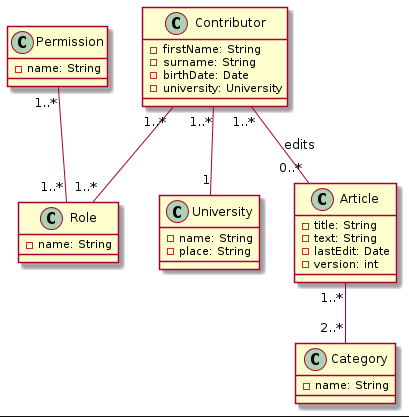
Above: documentation/uml/domain/domain.png in software-strijders/billy (PlantUML), before the change. Its source is kept beside it as documentation/uml/domain/domain.plantuml.
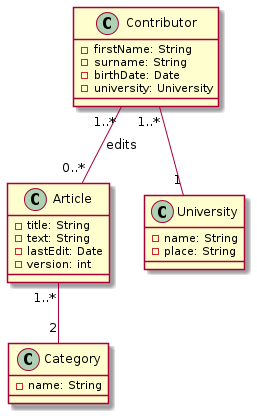
After the commit.

Commit message:
Update domain model

Removed things that were programming related. Feels a bit backwards, but
if it gives us a better grade, so be it

Change to the diagram source:
```diff
@@ -1,4 +1,5 @@
-@startuml
+@startuml domain
+
 class Article {
   - title: String
   - text: String
@@ -17,24 +18,14 @@
   - university: University
 }
 
-class Permission {
-  - name: String
-}
-
-class Role {
-  - name: String
-}
-
 class University {
   - name: String
   - place: String
 }
 
-Permission "1..*" -- "1..*" Role
-Contributor "1..*" -- "1..*" Role
 Contributor "1..*" -- "0..*" Article : edits
 Contributor "1..*" -- "1" University
 
+Article "1..*" -- "2" Category
 
-Article "1..*" -- "2..*" Category
 @enduml
```
